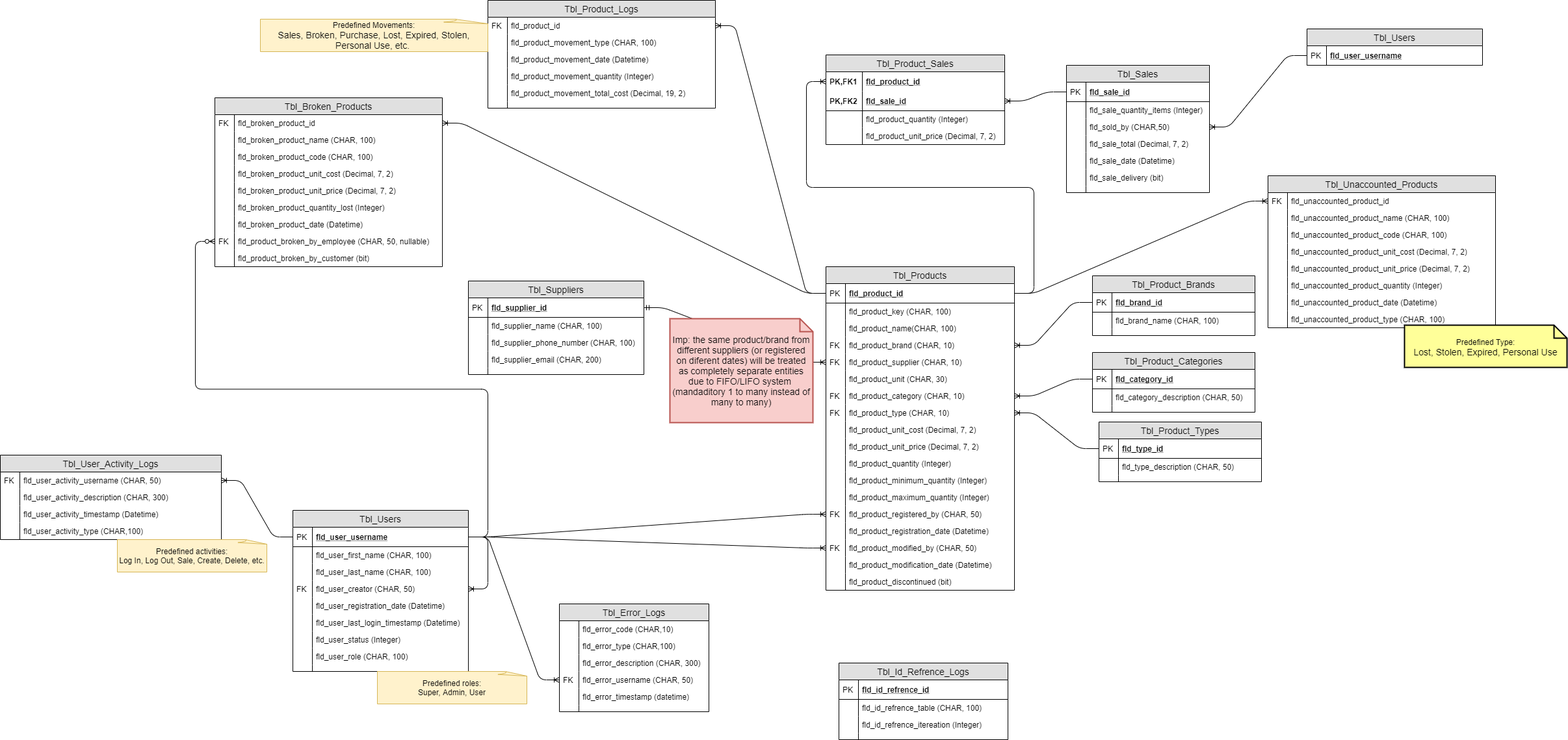
Djsiclait/MiniMarketInventoryManagement keeps this draw.io diagram as documentation/Entity Diagram.png. Above is the earlier version. Source tidied: cells renumbered, new cells last; positions are measured from the earlier drawing's top-left corner, leaving out a move shared by most shapes.
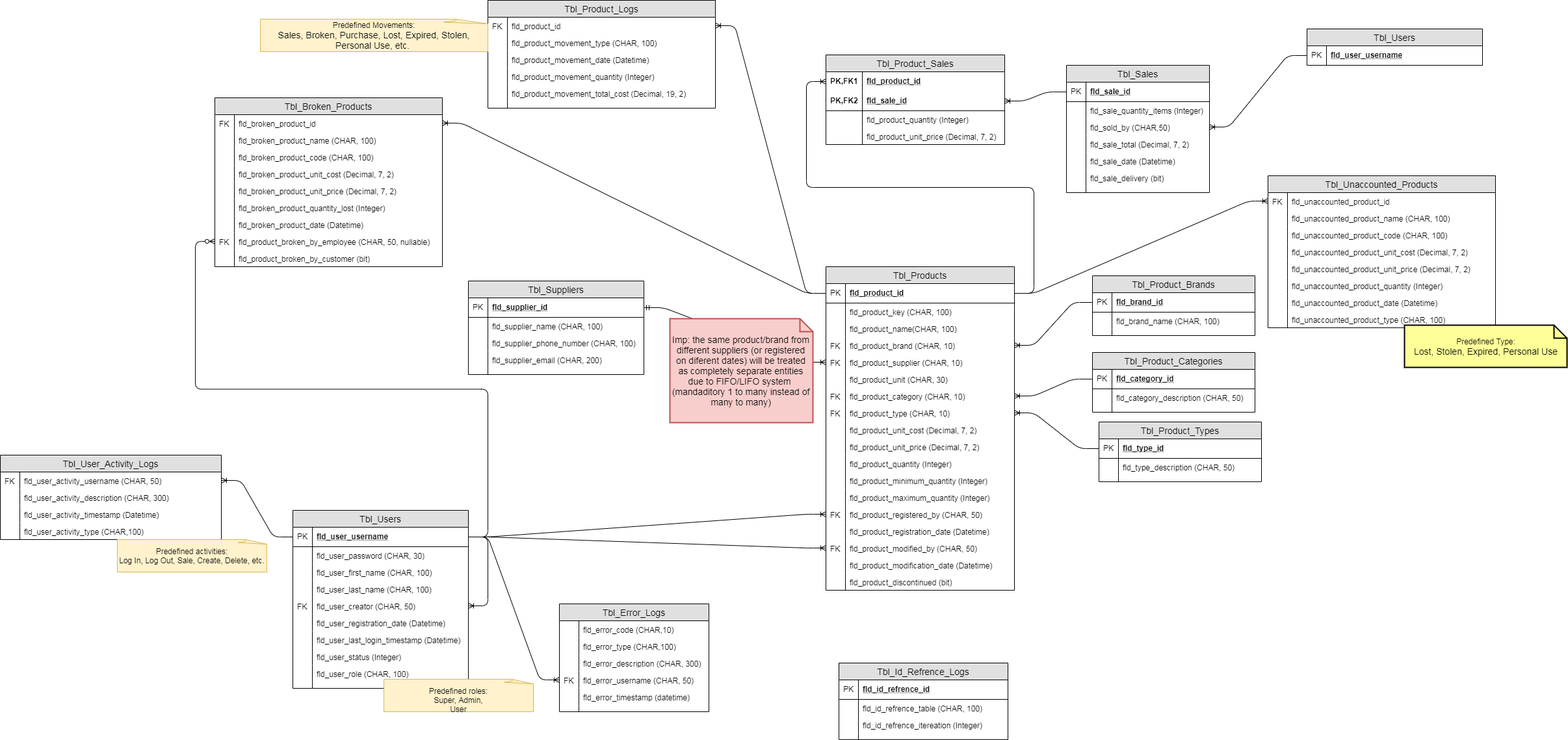
After the change.

Commit message:
Fix user entity diagram to include password

Change to the diagram source:
```diff
@@ -253,7 +253,7 @@
       <mxGeometry relative="1" as="geometry" />
     </mxCell>
     <mxCell id="76" value="Tbl_Users" style="swimlane;fontStyle=0;horizontal=1;startSize=26;fillColor=#e0e0e0;swimlaneFillColor=#ffffff;align=center;fontSize=14;" parent="1" vertex="1">
-      <mxGeometry x="450" y="785" width="270" height="248" as="geometry" />
+      <mxGeometry x="450" y="785" width="270" height="274" as="geometry" />
     </mxCell>
     <mxCell id="77" value="fld_user_username" style="shape=partialRectangle;top=0;left=0;right=0;bottom=1;align=left;verticalAlign=middle;fillColor=none;spacingLeft=34;spacingRight=4;overflow=hidden;points=[[0,0.5],[1,0.5]];portConstraint=eastwest;fontStyle=5;fontSize=12;" parent="76" vertex="1">
       <mxGeometry y="26" width="270" height="30" as="geometry" />
@@ -261,50 +261,56 @@
     <mxCell id="78" value="PK" style="shape=partialRectangle;top=0;left=0;bottom=0;fillColor=none;align=left;verticalAlign=middle;spacingLeft=4;spacingRight=4;overflow=hidden;fontSize=12;" parent="77" vertex="1">
       <mxGeometry width="30" height="30" as="geometry" />
     </mxCell>
-    <mxCell id="79" value="fld_user_first_name (CHAR, 100)" style="shape=partialRectangle;top=0;left=0;right=0;bottom=0;align=left;verticalAlign=top;fillColor=none;spacingLeft=34;spacingRight=4;overflow=hidden;fontSize=12;" parent="76" vertex="1">
+    <mxCell id="79" value="fld_user_password (CHAR, 30)" style="shape=partialRectangle;top=0;left=0;right=0;bottom=0;align=left;verticalAlign=top;fillColor=none;spacingLeft=34;spacingRight=4;overflow=hidden;fontSize=12;" parent="76" vertex="1">
       <mxGeometry y="56" width="270" height="26" as="geometry" />
     </mxCell>
     <mxCell id="80" style="shape=partialRectangle;top=0;left=0;bottom=0;fillColor=none;align=left;verticalAlign=top;spacingLeft=4;spacingRight=4;overflow=hidden;fontSize=12;" parent="79" vertex="1">
       <mxGeometry width="30" height="26" as="geometry" />
     </mxCell>
+    <mxCell id="218" value="fld_user_first_name (CHAR, 100)" style="shape=partialRectangle;top=0;left=0;right=0;bottom=0;align=left;verticalAlign=top;fillColor=none;spacingLeft=34;spacingRight=4;overflow=hidden;fontSize=12;" parent="76" vertex="1">
+      <mxGeometry y="82" width="270" height="26" as="geometry" />
+    </mxCell>
+    <mxCell id="219" style="shape=partialRectangle;top=0;left=0;bottom=0;fillColor=none;align=left;verticalAlign=top;spacingLeft=4;spacingRight=4;overflow=hidden;fontSize=12;" parent="218" vertex="1">
+      <mxGeometry width="30" height="26" as="geometry" />
+    </mxCell>
     <mxCell id="81" value="fld_user_last_name (CHAR, 100)" style="shape=partialRectangle;top=0;left=0;right=0;bottom=0;align=left;verticalAlign=top;fillColor=none;spacingLeft=34;spacingRight=4;overflow=hidden;fontSize=12;" parent="76" vertex="1">
-      <mxGeometry y="82" width="270" height="26" as="geometry" />
+      <mxGeometry y="108" width="270" height="26" as="geometry" />
     </mxCell>
     <mxCell id="82" style="shape=partialRectangle;top=0;left=0;bottom=0;fillColor=none;align=left;verticalAlign=top;spacingLeft=4;spacingRight=4;overflow=hidden;fontSize=12;" parent="81" vertex="1">
       <mxGeometry width="30" height="26" as="geometry" />
     </mxCell>
     <mxCell id="83" value="fld_user_creator (CHAR, 50)" style="shape=partialRectangle;top=0;left=0;right=0;bottom=0;align=left;verticalAlign=top;fillColor=none;spacingLeft=34;spacingRight=4;overflow=hidden;points=[[0,0.5],[1,0.5]];portConstraint=eastwest;fontSize=12;" parent="76" vertex="1">
-      <mxGeometry y="108" width="270" height="26" as="geometry" />
+      <mxGeometry y="134" width="270" height="26" as="geometry" />
     </mxCell>
     <mxCell id="84" value="FK" style="shape=partialRectangle;top=0;left=0;bottom=0;fillColor=none;align=left;verticalAlign=top;spacingLeft=4;spacingRight=4;overflow=hidden;fontSize=12;" parent="83" vertex="1">
       <mxGeometry width="30" height="26" as="geometry" />
     </mxCell>
     <mxCell id="85" value="fld_user_registration_date (Datetime)" style="shape=partialRectangle;top=0;left=0;right=0;bottom=0;align=left;verticalAlign=top;fillColor=none;spacingLeft=34;spacingRight=4;overflow=hidden;fontSize=12;" parent="76" vertex="1">
-      <mxGeometry y="134" width="270" height="26" as="geometry" />
+      <mxGeometry y="160" width="270" height="26" as="geometry" />
     </mxCell>
     <mxCell id="86" style="shape=partialRectangle;top=0;left=0;bottom=0;fillColor=none;align=left;verticalAlign=top;spacingLeft=4;spacingRight=4;overflow=hidden;fontSize=12;" parent="85" vertex="1">
       <mxGeometry width="30" height="26" as="geometry" />
     </mxCell>
     <mxCell id="87" value="fld_user_last_login_timestamp (Datetime)" style="shape=partialRectangle;top=0;left=0;right=0;bottom=0;align=left;verticalAlign=top;fillColor=none;spacingLeft=34;spacingRight=4;overflow=hidden;fontSize=12;" parent="76" vertex="1">
-      <mxGeometry y="160" width="270" height="26" as="geometry" />
+      <mxGeometry y="186" width="270" height="26" as="geometry" />
     </mxCell>
     <mxCell id="88" style="shape=partialRectangle;top=0;left=0;bottom=0;fillColor=none;align=left;verticalAlign=top;spacingLeft=4;spacingRight=4;overflow=hidden;fontSize=12;" parent="87" vertex="1">
       <mxGeometry width="30" height="26" as="geometry" />
     </mxCell>
     <mxCell id="89" value="fld_user_status (Integer)" style="shape=partialRectangle;top=0;left=0;right=0;bottom=0;align=left;verticalAlign=top;fillColor=none;spacingLeft=34;spacingRight=4;overflow=hidden;fontSize=12;" parent="76" vertex="1">
-      <mxGeometry y="186" width="270" height="26" as="geometry" />
+      <mxGeometry y="212" width="270" height="26" as="geometry" />
     </mxCell>
     <mxCell id="90" style="shape=partialRectangle;top=0;left=0;bottom=0;fillColor=none;align=left;verticalAlign=top;spacingLeft=4;spacingRight=4;overflow=hidden;fontSize=12;" parent="89" vertex="1">
       <mxGeometry width="30" height="26" as="geometry" />
     </mxCell>
     <mxCell id="91" value="fld_user_role (CHAR, 100)" style="shape=partialRectangle;top=0;left=0;right=0;bottom=0;align=left;verticalAlign=top;fillColor=none;spacingLeft=34;spacingRight=4;overflow=hidden;fontSize=12;" parent="76" vertex="1">
-      <mxGeometry y="212" width="270" height="26" as="geometry" />
+      <mxGeometry y="238" width="270" height="26" as="geometry" />
     </mxCell>
     <mxCell id="92" style="shape=partialRectangle;top=0;left=0;bottom=0;fillColor=none;align=left;verticalAlign=top;spacingLeft=4;spacingRight=4;overflow=hidden;fontSize=12;" parent="91" vertex="1">
       <mxGeometry width="30" height="26" as="geometry" />
     </mxCell>
     <mxCell id="93" style="shape=partialRectangle;top=0;left=0;right=0;bottom=0;align=left;verticalAlign=top;fillColor=none;spacingLeft=34;spacingRight=4;overflow=hidden;fontSize=12;" parent="76" vertex="1">
-      <mxGeometry y="238" width="270" height="10" as="geometry" />
+      <mxGeometry y="264" width="270" height="10" as="geometry" />
     </mxCell>
     <mxCell id="94" style="shape=partialRectangle;top=0;left=0;bottom=0;fillColor=none;align=left;verticalAlign=top;spacingLeft=4;spacingRight=4;overflow=hidden;fontSize=12;" parent="93" vertex="1">
       <mxGeometry width="30" height="10" as="geometry" />
@@ -630,7 +636,7 @@
       <mxGeometry x="180" y="830" width="230" height="50" as="geometry" />
     </mxCell>
     <mxCell id="193" value="Predefined roles:&lt;br&gt;Super, Admin, User" style="whiteSpace=wrap;html=1;shape=mxgraph.basic.document;fillColor=#fff2cc;strokeColor=#d6b656;" parent="1" vertex="1">
-      <mxGeometry x="580" y="1033" width="230" height="50" as="geometry" />
+      <mxGeometry x="590" y="1045" width="230" height="50" as="geometry" />
     </mxCell>
     <mxCell id="194" value="Predefined Movements:&lt;br&gt;&lt;span style=&quot;font-size: 14px&quot;&gt;Sales, Broken, Purchase, Lost, Expired, Stolen, Personal Use, etc.&amp;nbsp;&lt;/span&gt;" style="whiteSpace=wrap;html=1;shape=mxgraph.basic.document;fillColor=#fff2cc;strokeColor=#d6b656;" parent="1" vertex="1">
       <mxGeometry x="400" y="29" width="350" height="50" as="geometry" />
```
